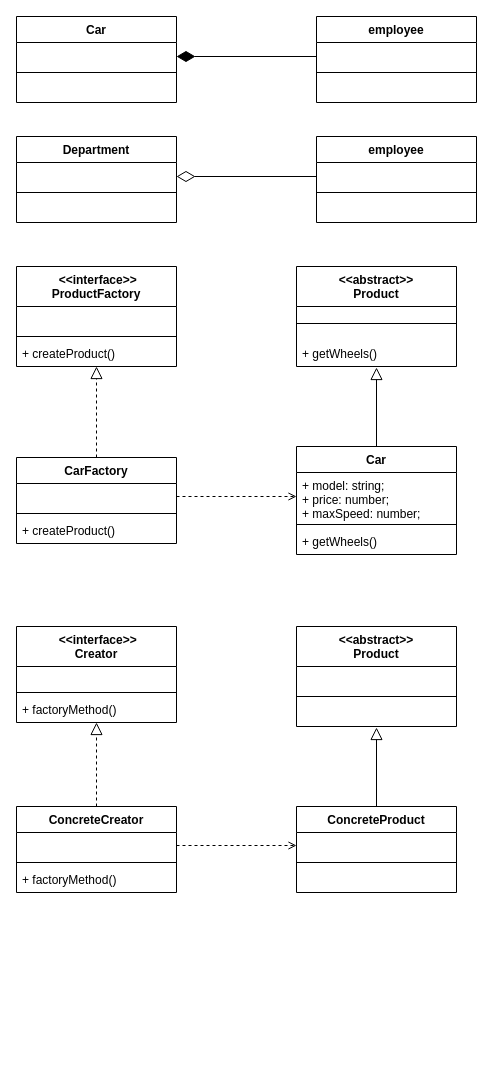
This is Demos/Major/CS/DesignPatterns/Creational/factory.drawio from skylinety/Blog, a draw.io file, before an edit. Source tidied: cells renumbered, new cells numbered last; positions are measured from the earlier drawing's top-left corner, leaving out a move shared by most shapes. Both pictures are drawn from the tidied source at 100%, with x=0, y=0 at pixel (16, 16).
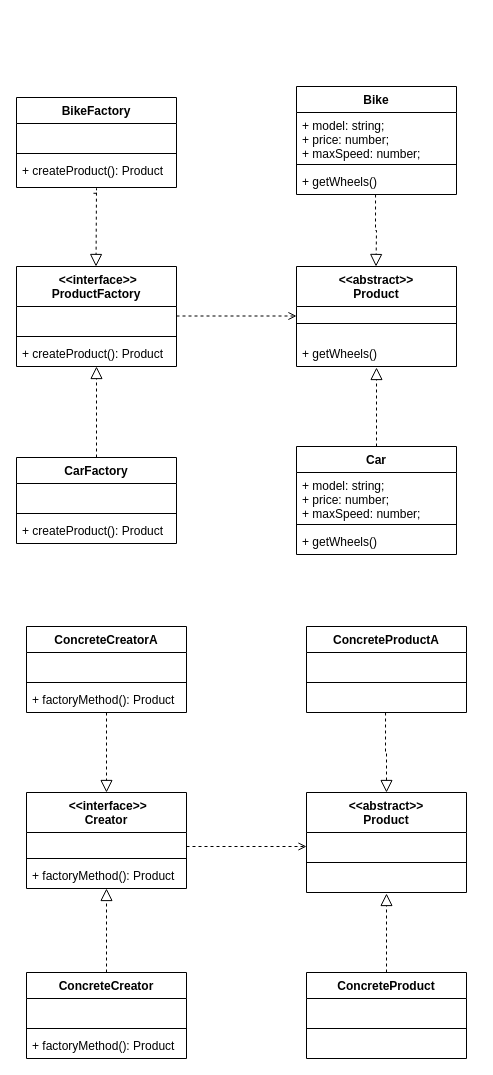
Above is the later version.

Commit message (it also covers changes not shown here):
update[DesignPatterns]: factory

Unchanged cells that the change refers to:
```xml
<mxCell id="9" value=" " style="text;strokeColor=none;fillColor=none;align=left;verticalAlign=top;spacingLeft=4;spacingRight=4;overflow=hidden;points=[[0,0.5],[1,0.5]];portConstraint=eastwest;" parent="6" vertex="1">
  <mxGeometry y="74" width="160" height="26" as="geometry" />
</mxCell>
<mxCell id="12" value=" " style="text;strokeColor=none;fillColor=none;align=left;verticalAlign=top;spacingLeft=4;spacingRight=4;overflow=hidden;points=[[0,0.5],[1,0.5]];portConstraint=eastwest;" parent="11" vertex="1">
  <mxGeometry y="26" width="160" height="26" as="geometry" />
</mxCell>
<mxCell id="17" value=" " style="text;strokeColor=none;fillColor=none;align=left;verticalAlign=top;spacingLeft=4;spacingRight=4;overflow=hidden;points=[[0,0.5],[1,0.5]];portConstraint=eastwest;" parent="16" vertex="1">
  <mxGeometry y="26" width="160" height="26" as="geometry" />
</mxCell>
<mxCell id="21" value=" &lt;&lt;interface&gt;&gt;&#10;ProductFactory" style="swimlane;fontStyle=1;align=center;verticalAlign=top;horizontal=1;startSize=40;" parent="1" vertex="1">
  <mxGeometry y="250" width="160" height="100" as="geometry" />
</mxCell>
<mxCell id="25" value="&lt;&lt;abstract&gt;&gt;&#10;Product" style="swimlane;fontStyle=1;align=center;verticalAlign=top;horizontal=1;startSize=40;" parent="1" vertex="1">
  <mxGeometry x="280" y="250" width="160" height="100" as="geometry" />
</mxCell>
<mxCell id="27" value="+ getWheels()" style="text;strokeColor=none;fillColor=none;align=left;verticalAlign=top;spacingLeft=4;spacingRight=4;overflow=hidden;points=[[0,0.5],[1,0.5]];portConstraint=eastwest;" parent="25" vertex="1">
  <mxGeometry y="74" width="160" height="26" as="geometry" />
</mxCell>
<mxCell id="29" value="Car" style="swimlane;fontStyle=1;align=center;verticalAlign=top;horizontal=1;startSize=26;" parent="1" vertex="1">
  <mxGeometry x="280" y="430" width="160" height="108" as="geometry" />
</mxCell>
<mxCell id="30" value="+ model: string;&#10;+ price: number;&#10;+ maxSpeed: number;" style="text;strokeColor=none;fillColor=none;align=left;verticalAlign=top;spacingLeft=4;spacingRight=4;overflow=hidden;points=[[0,0.5],[1,0.5]];portConstraint=eastwest;" parent="29" vertex="1">
  <mxGeometry y="26" width="160" height="48" as="geometry" />
</mxCell>
<mxCell id="34" value="CarFactory" style="swimlane;fontStyle=1;align=center;verticalAlign=top;horizontal=1;startSize=26;" parent="1" vertex="1">
  <mxGeometry y="441" width="160" height="86" as="geometry" />
</mxCell>
<mxCell id="35" value=" " style="text;strokeColor=none;fillColor=none;align=left;verticalAlign=top;spacingLeft=4;spacingRight=4;overflow=hidden;points=[[0,0.5],[1,0.5]];portConstraint=eastwest;" parent="34" vertex="1">
  <mxGeometry y="26" width="160" height="26" as="geometry" />
</mxCell>
```

The edit, as a diff of the source:
```diff
@@
     <mxCell id="2" value=" &lt;&lt;interface&gt;&gt;&#10;Creator" style="swimlane;fontStyle=1;align=center;verticalAlign=top;horizontal=1;startSize=40;" parent="1" vertex="1">
-      <mxGeometry y="610" width="160" height="96" as="geometry" />
+      <mxGeometry x="10" y="776" width="160" height="96" as="geometry" />
     </mxCell>
@@
-    <mxCell id="5" value="+ factoryMethod()" style="text;strokeColor=none;fillColor=none;align=left;verticalAlign=top;spacingLeft=4;spacingRight=4;overflow=hidden;points=[[0,0.5],[1,0.5]];portConstraint=eastwest;" parent="2" vertex="1">
+    <mxCell id="5" value="+ factoryMethod(): Product" style="text;strokeColor=none;fillColor=none;align=left;verticalAlign=top;spacingLeft=4;spacingRight=4;overflow=hidden;points=[[0,0.5],[1,0.5]];portConstraint=eastwest;" parent="2" vertex="1">
       <mxGeometry y="70" width="160" height="26" as="geometry" />
     </mxCell>
     <mxCell id="6" value="&lt;&lt;abstract&gt;&gt;&#10;Product" style="swimlane;fontStyle=1;align=center;verticalAlign=top;horizontal=1;startSize=40;" parent="1" vertex="1">
-      <mxGeometry x="280" y="610" width="160" height="100" as="geometry" />
+      <mxGeometry x="290" y="776" width="160" height="100" as="geometry" />
     </mxCell>
@@
-    <mxCell id="10" style="edgeStyle=orthogonalEdgeStyle;rounded=0;jettySize=auto;html=1;exitX=0.5;exitY=0;exitDx=0;exitDy=0;entryX=0.5;entryY=1.038;entryDx=0;entryDy=0;entryPerimeter=0;endArrow=block;endFill=0;endSize=10;" parent="1" edge="1" source="11" target="9">
+    <mxCell id="10" style="edgeStyle=orthogonalEdgeStyle;rounded=0;jettySize=auto;html=1;exitX=0.5;exitY=0;exitDx=0;exitDy=0;entryX=0.5;entryY=1.038;entryDx=0;entryDy=0;entryPerimeter=0;endArrow=block;endFill=0;endSize=10;dashed=1;" parent="1" edge="1" source="11" target="9">
       <mxGeometry relative="1" as="geometry" />
     </mxCell>
     <mxCell id="11" value="ConcreteProduct" style="swimlane;fontStyle=1;align=center;verticalAlign=top;horizontal=1;startSize=26;" parent="1" vertex="1">
-      <mxGeometry x="280" y="790" width="160" height="86" as="geometry" />
+      <mxGeometry x="290" y="956" width="160" height="86" as="geometry" />
     </mxCell>
@@
     <mxCell id="16" value="ConcreteCreator" style="swimlane;fontStyle=1;align=center;verticalAlign=top;horizontal=1;startSize=26;" parent="1" vertex="1">
-      <mxGeometry y="790" width="160" height="86" as="geometry" />
+      <mxGeometry x="10" y="956" width="160" height="86" as="geometry" />
     </mxCell>
@@
-    <mxCell id="19" value="+ factoryMethod()" style="text;strokeColor=none;fillColor=none;align=left;verticalAlign=top;spacingLeft=4;spacingRight=4;overflow=hidden;" parent="16" vertex="1">
+    <mxCell id="19" value="+ factoryMethod(): Product" style="text;strokeColor=none;fillColor=none;align=left;verticalAlign=top;spacingLeft=4;spacingRight=4;overflow=hidden;" parent="16" vertex="1">
       <mxGeometry y="60" width="160" height="26" as="geometry" />
     </mxCell>
-    <mxCell id="20" style="edgeStyle=orthogonalEdgeStyle;rounded=0;jettySize=auto;html=1;exitX=1;exitY=0.5;exitDx=0;exitDy=0;entryX=0;entryY=0.5;entryDx=0;entryDy=0;dashed=1;endArrow=open;endFill=0;" parent="1" edge="1" source="17" target="12">
-      <mxGeometry relative="1" as="geometry" />
-    </mxCell>
@@
+    <mxCell id="57" style="edgeStyle=orthogonalEdgeStyle;rounded=0;jettySize=auto;html=1;entryX=0.5;entryY=1;entryDx=0;entryDy=0;entryPerimeter=0;endArrow=block;endFill=0;dashed=1;endSize=10;exitX=0.481;exitY=1.192;exitDx=0;exitDy=0;exitPerimeter=0;" parent="21" edge="1" source="66">
+      <mxGeometry relative="1" as="geometry">
+        <mxPoint x="79.5" as="targetPoint" />
+        <Array as="points">
+          <mxPoint x="80" y="-78" />
+          <mxPoint x="80" y="-41" />
+        </Array>
+      </mxGeometry>
+    </mxCell>
@@
-    <mxCell id="24" value="+ createProduct()" style="text;strokeColor=none;fillColor=none;align=left;verticalAlign=top;spacingLeft=4;spacingRight=4;overflow=hidden;points=[[0,0.5],[1,0.5]];portConstraint=eastwest;" parent="21" vertex="1">
+    <mxCell id="24" value="+ createProduct(): Product" style="text;strokeColor=none;fillColor=none;align=left;verticalAlign=top;spacingLeft=4;spacingRight=4;overflow=hidden;points=[[0,0.5],[1,0.5]];portConstraint=eastwest;" parent="21" vertex="1">
       <mxGeometry y="74" width="160" height="26" as="geometry" />
     </mxCell>
@@
+    <mxCell id="58" style="edgeStyle=orthogonalEdgeStyle;rounded=0;jettySize=auto;html=1;exitX=0.494;exitY=1;exitDx=0;exitDy=0;entryX=0.5;entryY=1.038;entryDx=0;entryDy=0;entryPerimeter=0;endArrow=block;endFill=0;endSize=10;dashed=1;exitPerimeter=0;" parent="25" edge="1" source="62">
+      <mxGeometry relative="1" as="geometry">
+        <mxPoint x="79.5" as="targetPoint" />
+      </mxGeometry>
+    </mxCell>
@@
-    <mxCell id="28" style="edgeStyle=orthogonalEdgeStyle;rounded=0;jettySize=auto;html=1;exitX=0.5;exitY=0;exitDx=0;exitDy=0;entryX=0.5;entryY=1.038;entryDx=0;entryDy=0;entryPerimeter=0;endArrow=block;endFill=0;endSize=10;" parent="1" edge="1" source="29" target="27">
+    <mxCell id="28" style="edgeStyle=orthogonalEdgeStyle;rounded=0;jettySize=auto;html=1;exitX=0.5;exitY=0;exitDx=0;exitDy=0;entryX=0.5;entryY=1.038;entryDx=0;entryDy=0;entryPerimeter=0;endArrow=block;endFill=0;endSize=10;dashed=1;" parent="1" edge="1" source="29" target="27">
       <mxGeometry relative="1" as="geometry" />
     </mxCell>
@@
-    <mxCell id="37" value="+ createProduct()" style="text;strokeColor=none;fillColor=none;align=left;verticalAlign=top;spacingLeft=4;spacingRight=4;overflow=hidden;" parent="34" vertex="1">
+    <mxCell id="37" value="+ createProduct(): Product" style="text;strokeColor=none;fillColor=none;align=left;verticalAlign=top;spacingLeft=4;spacingRight=4;overflow=hidden;" parent="34" vertex="1">
       <mxGeometry y="60" width="160" height="26" as="geometry" />
     </mxCell>
-    <mxCell id="38" style="edgeStyle=orthogonalEdgeStyle;rounded=0;jettySize=auto;html=1;exitX=1;exitY=0.5;exitDx=0;exitDy=0;entryX=0;entryY=0.5;entryDx=0;entryDy=0;dashed=1;endArrow=open;endFill=0;" parent="1" edge="1" source="35" target="30">
-      <mxGeometry relative="1" as="geometry" />
-    </mxCell>
-    <mxCell id="39" value="Department" style="swimlane;fontStyle=1;align=center;verticalAlign=top;horizontal=1;startSize=26;" parent="1" vertex="1">
-      <mxGeometry y="120" width="160" height="86" as="geometry" />
-    </mxCell>
-    <mxCell id="40" value=" " style="text;strokeColor=none;fillColor=none;align=left;verticalAlign=top;spacingLeft=4;spacingRight=4;overflow=hidden;" parent="39" vertex="1">
-      <mxGeometry y="26" width="160" height="26" as="geometry" />
-    </mxCell>
-    <mxCell id="41" style="line;strokeWidth=1;fillColor=none;align=left;verticalAlign=middle;spacingTop=-1;spacingLeft=3;spacingRight=3;labelPosition=right;" parent="39" vertex="1">
-      <mxGeometry y="52" width="160" height="8" as="geometry" />
-    </mxCell>
-    <mxCell id="42" value=" " style="text;strokeColor=none;fillColor=none;align=left;verticalAlign=top;spacingLeft=4;spacingRight=4;overflow=hidden;" parent="39" vertex="1">
-      <mxGeometry y="60" width="160" height="26" as="geometry" />
-    </mxCell>
-    <mxCell id="43" value="employee" style="swimlane;fontStyle=1;align=center;verticalAlign=top;horizontal=1;startSize=26;" parent="1" vertex="1">
-      <mxGeometry x="300" y="120" width="160" height="86" as="geometry" />
-    </mxCell>
-    <mxCell id="44" value=" " style="text;strokeColor=none;fillColor=none;align=left;verticalAlign=top;spacingLeft=4;spacingRight=4;overflow=hidden;" parent="43" vertex="1">
-      <mxGeometry y="26" width="160" height="26" as="geometry" />
-    </mxCell>
-    <mxCell id="45" style="line;strokeWidth=1;fillColor=none;align=left;verticalAlign=middle;spacingTop=-1;spacingLeft=3;spacingRight=3;labelPosition=right;" parent="43" vertex="1">
-      <mxGeometry y="52" width="160" height="8" as="geometry" />
-    </mxCell>
-    <mxCell id="46" value=" " style="text;strokeColor=none;fillColor=none;align=left;verticalAlign=top;spacingLeft=4;spacingRight=4;overflow=hidden;" parent="43" vertex="1">
-      <mxGeometry y="60" width="160" height="26" as="geometry" />
-    </mxCell>
-    <mxCell id="47" style="endArrow=none;endFill=0;endSize=24;html=1;rounded=0;edgeStyle=orthogonalEdgeStyle;startArrow=diamondThin;startFill=0;sourcePerimeterSpacing=3;startSize=16;" parent="1" edge="1">
-      <mxGeometry relative="1" as="geometry">
-        <mxPoint x="160" y="160" as="sourcePoint" />
-        <mxPoint x="300" y="160" as="targetPoint" />
-      </mxGeometry>
-    </mxCell>
-    <mxCell id="48" value="Car" style="swimlane;fontStyle=1;align=center;verticalAlign=top;horizontal=1;startSize=26;" parent="1" vertex="1">
-      <mxGeometry width="160" height="86" as="geometry" />
-    </mxCell>
-    <mxCell id="49" value=" " style="text;strokeColor=none;fillColor=none;align=left;verticalAlign=top;spacingLeft=4;spacingRight=4;overflow=hidden;" parent="48" vertex="1">
-      <mxGeometry y="26" width="160" height="26" as="geometry" />
-    </mxCell>
-    <mxCell id="50" style="line;strokeWidth=1;fillColor=none;align=left;verticalAlign=middle;spacingTop=-1;spacingLeft=3;spacingRight=3;labelPosition=right;" parent="48" vertex="1">
-      <mxGeometry y="52" width="160" height="8" as="geometry" />
-    </mxCell>
-    <mxCell id="51" value=" " style="text;strokeColor=none;fillColor=none;align=left;verticalAlign=top;spacingLeft=4;spacingRight=4;overflow=hidden;" parent="48" vertex="1">
-      <mxGeometry y="60" width="160" height="26" as="geometry" />
-    </mxCell>
-    <mxCell id="52" value="employee" style="swimlane;fontStyle=1;align=center;verticalAlign=top;horizontal=1;startSize=26;" parent="1" vertex="1">
-      <mxGeometry x="300" width="160" height="86" as="geometry" />
-    </mxCell>
-    <mxCell id="53" value=" " style="text;strokeColor=none;fillColor=none;align=left;verticalAlign=top;spacingLeft=4;spacingRight=4;overflow=hidden;" parent="52" vertex="1">
-      <mxGeometry y="26" width="160" height="26" as="geometry" />
-    </mxCell>
-    <mxCell id="54" style="line;strokeWidth=1;fillColor=none;align=left;verticalAlign=middle;spacingTop=-1;spacingLeft=3;spacingRight=3;labelPosition=right;" parent="52" vertex="1">
-      <mxGeometry y="52" width="160" height="8" as="geometry" />
-    </mxCell>
-    <mxCell id="55" value=" " style="text;strokeColor=none;fillColor=none;align=left;verticalAlign=top;spacingLeft=4;spacingRight=4;overflow=hidden;" parent="52" vertex="1">
-      <mxGeometry y="60" width="160" height="26" as="geometry" />
-    </mxCell>
-    <mxCell id="56" style="endArrow=none;endFill=0;endSize=24;html=1;rounded=0;edgeStyle=orthogonalEdgeStyle;startArrow=diamondThin;startFill=1;sourcePerimeterSpacing=3;startSize=16;" parent="1" edge="1">
-      <mxGeometry relative="1" as="geometry">
-        <mxPoint x="160" y="40" as="sourcePoint" />
-        <mxPoint x="300" y="40" as="targetPoint" />
-      </mxGeometry>
-    </mxCell>
+    <mxCell id="59" value="Bike" style="swimlane;fontStyle=1;align=center;verticalAlign=top;horizontal=1;startSize=26;" parent="1" vertex="1">
+      <mxGeometry x="280" y="70" width="160" height="108" as="geometry" />
+    </mxCell>
+    <mxCell id="60" value="+ model: string;&#10;+ price: number;&#10;+ maxSpeed: number;" style="text;strokeColor=none;fillColor=none;align=left;verticalAlign=top;spacingLeft=4;spacingRight=4;overflow=hidden;" parent="59" vertex="1">
+      <mxGeometry y="26" width="160" height="48" as="geometry" />
+    </mxCell>
+    <mxCell id="61" style="line;strokeWidth=1;fillColor=none;align=left;verticalAlign=middle;spacingTop=-1;spacingLeft=3;spacingRight=3;labelPosition=right;" parent="59" vertex="1">
+      <mxGeometry y="74" width="160" height="8" as="geometry" />
+    </mxCell>
+    <mxCell id="62" value="+ getWheels()" style="text;strokeColor=none;fillColor=none;align=left;verticalAlign=top;spacingLeft=4;spacingRight=4;overflow=hidden;points=[[0,0.5],[1,0.5]];portConstraint=eastwest;" parent="59" vertex="1">
+      <mxGeometry y="82" width="160" height="26" as="geometry" />
+    </mxCell>
+    <mxCell id="63" value="BikeFactory" style="swimlane;fontStyle=1;align=center;verticalAlign=top;horizontal=1;startSize=26;" parent="1" vertex="1">
+      <mxGeometry y="81" width="160" height="90" as="geometry" />
+    </mxCell>
+    <mxCell id="64" value=" " style="text;strokeColor=none;fillColor=none;align=left;verticalAlign=top;spacingLeft=4;spacingRight=4;overflow=hidden;" parent="63" vertex="1">
+      <mxGeometry y="26" width="160" height="26" as="geometry" />
+    </mxCell>
+    <mxCell id="65" style="line;strokeWidth=1;fillColor=none;align=left;verticalAlign=middle;spacingTop=-1;spacingLeft=3;spacingRight=3;labelPosition=right;" parent="63" vertex="1">
+      <mxGeometry y="52" width="160" height="8" as="geometry" />
+    </mxCell>
+    <mxCell id="66" value="+ createProduct(): Product" style="text;strokeColor=none;fillColor=none;align=left;verticalAlign=top;spacingLeft=4;spacingRight=4;overflow=hidden;points=[[0,0.5],[1,0.5]];portConstraint=eastwest;" parent="63" vertex="1">
+      <mxGeometry y="60" width="160" height="30" as="geometry" />
+    </mxCell>
+    <mxCell id="67" style="edgeStyle=orthogonalEdgeStyle;rounded=0;jettySize=auto;html=1;exitX=0.494;exitY=1;exitDx=0;exitDy=0;entryX=0.5;entryY=0;entryDx=0;entryDy=0;endArrow=block;endFill=0;endSize=10;dashed=1;exitPerimeter=0;" parent="1" edge="1" source="71" target="6">
+      <mxGeometry relative="1" as="geometry" />
+    </mxCell>
+    <mxCell id="68" value="ConcreteProductA" style="swimlane;fontStyle=1;align=center;verticalAlign=top;horizontal=1;startSize=26;" parent="1" vertex="1">
+      <mxGeometry x="290" y="610" width="160" height="86" as="geometry" />
+    </mxCell>
+    <mxCell id="69" value=" " style="text;strokeColor=none;fillColor=none;align=left;verticalAlign=top;spacingLeft=4;spacingRight=4;overflow=hidden;" parent="68" vertex="1">
+      <mxGeometry y="26" width="160" height="26" as="geometry" />
+    </mxCell>
+    <mxCell id="70" style="line;strokeWidth=1;fillColor=none;align=left;verticalAlign=middle;spacingTop=-1;spacingLeft=3;spacingRight=3;labelPosition=right;" parent="68" vertex="1">
+      <mxGeometry y="52" width="160" height="8" as="geometry" />
+    </mxCell>
+    <mxCell id="71" value=" " style="text;strokeColor=none;fillColor=none;align=left;verticalAlign=top;spacingLeft=4;spacingRight=4;overflow=hidden;points=[[0,0.5],[1,0.5]];portConstraint=eastwest;" parent="68" vertex="1">
+      <mxGeometry y="60" width="160" height="26" as="geometry" />
+    </mxCell>
+    <mxCell id="72" style="edgeStyle=orthogonalEdgeStyle;rounded=0;jettySize=auto;html=1;entryX=0.5;entryY=0;entryDx=0;entryDy=0;endArrow=block;endFill=0;dashed=1;endSize=10;" parent="1" edge="1" source="73" target="2">
+      <mxGeometry relative="1" as="geometry" />
+    </mxCell>
+    <mxCell id="73" value="ConcreteCreatorA" style="swimlane;fontStyle=1;align=center;verticalAlign=top;horizontal=1;startSize=26;" parent="1" vertex="1">
+      <mxGeometry x="10" y="610" width="160" height="86" as="geometry" />
+    </mxCell>
+    <mxCell id="74" value=" " style="text;strokeColor=none;fillColor=none;align=left;verticalAlign=top;spacingLeft=4;spacingRight=4;overflow=hidden;" parent="73" vertex="1">
+      <mxGeometry y="26" width="160" height="26" as="geometry" />
+    </mxCell>
+    <mxCell id="75" style="line;strokeWidth=1;fillColor=none;align=left;verticalAlign=middle;spacingTop=-1;spacingLeft=3;spacingRight=3;labelPosition=right;" parent="73" vertex="1">
+      <mxGeometry y="52" width="160" height="8" as="geometry" />
+    </mxCell>
+    <mxCell id="76" value="+ factoryMethod(): Product" style="text;strokeColor=none;fillColor=none;align=left;verticalAlign=top;spacingLeft=4;spacingRight=4;overflow=hidden;" parent="73" vertex="1">
+      <mxGeometry y="60" width="160" height="26" as="geometry" />
+    </mxCell>
+    <mxCell id="77" style="edgeStyle=orthogonalEdgeStyle;rounded=0;orthogonalLoop=1;jettySize=auto;html=1;exitX=1;exitY=0.5;exitDx=0;exitDy=0;entryX=0;entryY=0.5;entryDx=0;entryDy=0;dashed=1;endArrow=open;endFill=0;" parent="1" edge="1">
+      <mxGeometry relative="1" as="geometry">
+        <mxPoint x="160" y="299.5" as="sourcePoint" />
+        <mxPoint x="280" y="299.5" as="targetPoint" />
+      </mxGeometry>
+    </mxCell>
+    <mxCell id="78" style="edgeStyle=orthogonalEdgeStyle;rounded=0;orthogonalLoop=1;jettySize=auto;html=1;exitX=1;exitY=0.5;exitDx=0;exitDy=0;entryX=0;entryY=0.5;entryDx=0;entryDy=0;dashed=1;endArrow=open;endFill=0;" parent="1" edge="1">
+      <mxGeometry relative="1" as="geometry">
+        <mxPoint x="170" y="830" as="sourcePoint" />
+        <mxPoint x="290" y="830" as="targetPoint" />
+      </mxGeometry>
+    </mxCell>
```
